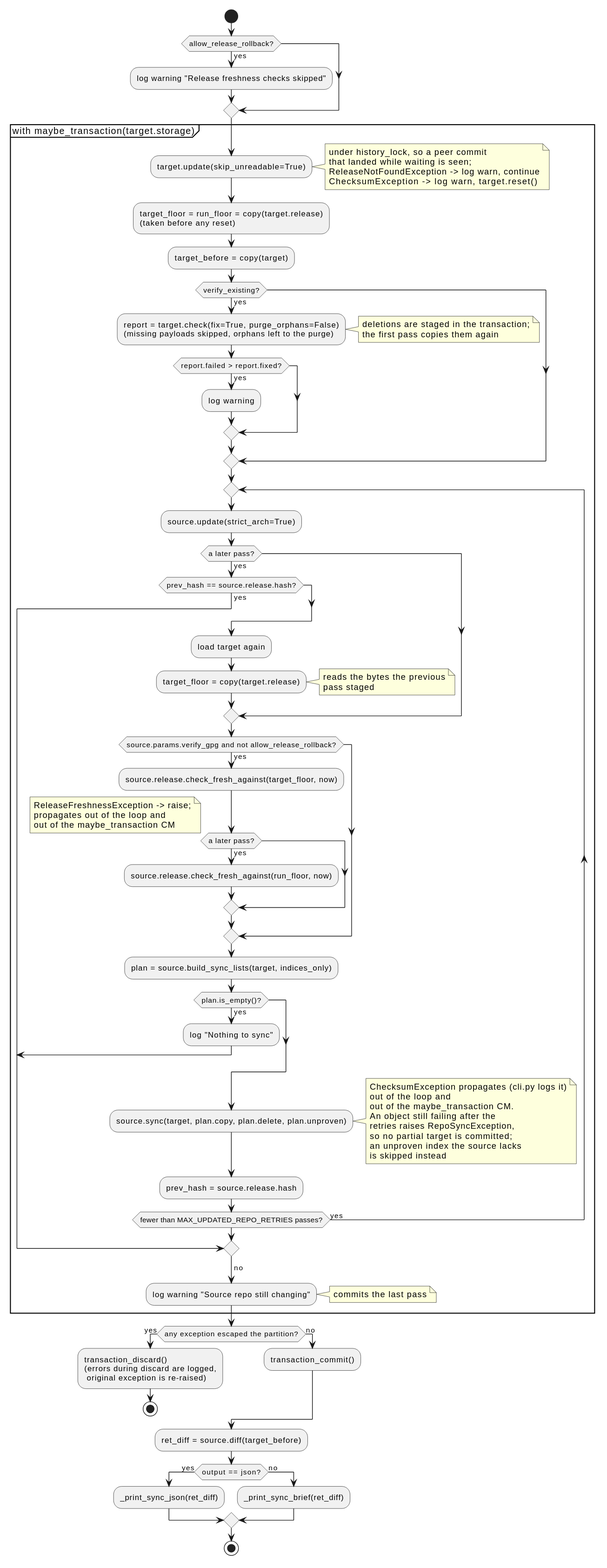
The PlantUML diagram docs/development/diagrams/action-sync-activity.svg in vinklat/debkit, before a commit. Its source is kept beside it as docs/development/diagrams/action-sync-activity.puml.
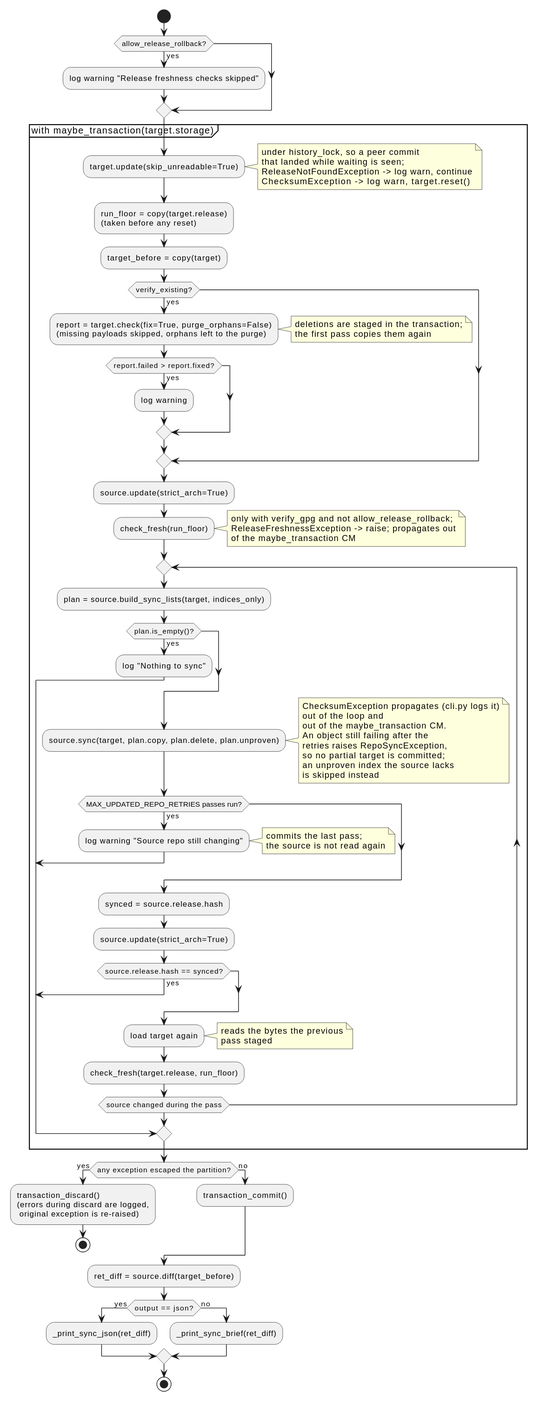
The same diagram one commit later.

The edit, as a diff of the source:
```diff
@@ -12,7 +12,7 @@
     ReleaseNotFoundException -> log warn, continue
     ChecksumException    -> log warn, target.reset()
   end note
-  :target_floor = run_floor = copy(target.release)
+  :run_floor = copy(target.release)
   (taken before any reset);
   :target_before = copy(target);
   if (verify_existing?) then (yes)
@@ -26,27 +26,14 @@
       :log warning;
     endif
   endif
+  :source.update(strict_arch=True);
+  :check_fresh(run_floor);
+  note right
+    only with verify_gpg and not allow_release_rollback;
+    ReleaseFreshnessException -> raise; propagates out
+    of the maybe_transaction CM
+  end note
   repeat
-    :source.update(strict_arch=True);
-    if (a later pass?) then (yes)
-      if (prev_hash == source.release.hash?) then (yes)
-        break
-      endif
-      :load target again;
-      :target_floor = copy(target.release);
-      note right: reads the bytes the previous\npass staged
-    endif
-    if (source.params.verify_gpg and not allow_release_rollback?) then (yes)
-      :source.release.check_fresh_against(target_floor, now);
-      if (a later pass?) then (yes)
-        :source.release.check_fresh_against(run_floor, now);
-      endif
-      note right
-        ReleaseFreshnessException -> raise;
-        propagates out of the loop and
-        out of the maybe_transaction CM
-      end note
-    endif
     :plan = source.build_sync_lists(target, indices_only);
     if (plan.is_empty()?) then (yes)
       :log "Nothing to sync";
@@ -63,11 +50,20 @@
       an unproven index the source lacks
       is skipped instead
     end note
-    :prev_hash = source.release.hash;
-  repeat while (fewer than MAX_UPDATED_REPO_RETRIES passes?) is (yes)
-  -> no;
-  :log warning "Source repo still changing";
-  note right: commits the last pass
+    if (MAX_UPDATED_REPO_RETRIES passes run?) then (yes)
+      :log warning "Source repo still changing";
+      note right: commits the last pass;\nthe source is not read again
+      break
+    endif
+    :synced = source.release.hash;
+    :source.update(strict_arch=True);
+    if (source.release.hash == synced?) then (yes)
+      break
+    endif
+    :load target again;
+    note right: reads the bytes the previous\npass staged
+    :check_fresh(target.release, run_floor);
+  repeat while (source changed during the pass)
 }
 
 if (any exception escaped the partition?) then (yes)
```
